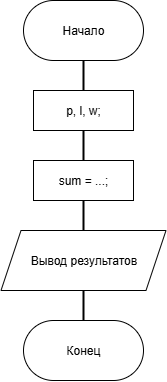
Earlier version of the draw.io export Блок-схема.png (PtarOk/Lab_2_dz). Source tidied: cells renumbered, new cells last; positions are measured from the earlier drawing's top-left corner, leaving out a move shared by most shapes.
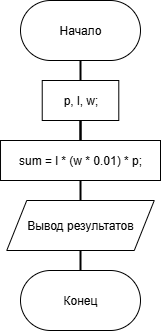
Later version of the same file.

Commit message:
Исправлена блок-схема

Change to the diagram source:
```diff
@@ -2,32 +2,41 @@
   <root>
     <mxCell id="0" />
     <mxCell id="1" parent="0" />
-    <mxCell id="2" style="edgeStyle=orthogonalEdgeStyle;rounded=0;jettySize=auto;html=1;exitX=0.5;exitY=1;exitDx=0;exitDy=0;entryX=0.5;entryY=0;entryDx=0;entryDy=0;endArrow=none;endFill=0;strokeWidth=2;" parent="1" edge="1" source="3" target="7">
+    <mxCell id="2" style="edgeStyle=orthogonalEdgeStyle;rounded=0;jettySize=auto;html=1;exitX=0.5;exitY=1;exitDx=0;exitDy=0;entryX=0.5;entryY=0;entryDx=0;entryDy=0;strokeWidth=2;endArrow=none;endFill=0;" parent="1" edge="1" source="3" target="7">
       <mxGeometry relative="1" as="geometry" />
     </mxCell>
     <mxCell id="3" value="Начало" style="rounded=1;whiteSpace=wrap;html=1;arcSize=50;" parent="1" vertex="1">
-      <mxGeometry x="22" width="120" height="60" as="geometry" />
+      <mxGeometry x="212" y="-130" width="120" height="60" as="geometry" />
     </mxCell>
     <mxCell id="4" value="Конец" style="rounded=1;whiteSpace=wrap;html=1;arcSize=50;" parent="1" vertex="1">
-      <mxGeometry x="22" y="320" width="120" height="60" as="geometry" />
+      <mxGeometry x="212" y="140" width="120" height="60" as="geometry" />
     </mxCell>
+    <mxCell id="11" style="edgeStyle=orthogonalEdgeStyle;rounded=0;jettySize=auto;html=1;exitX=0.5;exitY=1;exitDx=0;exitDy=0;entryX=0.5;entryY=0;entryDx=0;entryDy=0;strokeWidth=2;endArrow=none;endFill=0;" parent="1" edge="1" source="7">
+      <mxGeometry relative="1" as="geometry">
+        <mxPoint x="272" y="10" as="targetPoint" />
+      </mxGeometry>
+    </mxCell>
+    <mxCell id="7" value="p, l, w;" style="rounded=0;whiteSpace=wrap;html=1;" parent="1" vertex="1">
+      <mxGeometry x="233.7" y="-50" width="76.6" height="40" as="geometry" />
+    </mxCell>
+    <mxCell id="10" style="edgeStyle=orthogonalEdgeStyle;rounded=0;jettySize=auto;html=1;exitX=0.5;exitY=1;exitDx=0;exitDy=0;entryX=0.5;entryY=0;entryDx=0;entryDy=0;strokeWidth=2;endArrow=none;endFill=0;" parent="1" edge="1" source="5" target="4">
+      <mxGeometry relative="1" as="geometry" />
+    </mxCell>
     <mxCell id="5" value="Вывод результатов" style="shape=parallelogram;perimeter=parallelogramPerimeter;whiteSpace=wrap;html=1;fixedSize=1;" parent="1" vertex="1">
-      <mxGeometry x="-0.5" y="230" width="165" height="60" as="geometry" />
+      <mxGeometry x="198.2" y="70" width="147.5" height="50" as="geometry" />
     </mxCell>
-    <mxCell id="6" style="edgeStyle=orthogonalEdgeStyle;rounded=0;jettySize=auto;html=1;exitX=0.5;exitY=1;exitDx=0;exitDy=0;entryX=0.5;entryY=0;entryDx=0;entryDy=0;endArrow=none;endFill=0;strokeWidth=2;" parent="1" edge="1" source="7" target="8">
-      <mxGeometry relative="1" as="geometry" />
-    </mxCell>
-    <mxCell id="7" value="p, l, w;" style="rounded=0;whiteSpace=wrap;html=1;" parent="1" vertex="1">
-      <mxGeometry x="32" y="90" width="100" height="40" as="geometry" />
-    </mxCell>
-    <mxCell id="8" value="sum = ...;" style="rounded=0;whiteSpace=wrap;html=1;" parent="1" vertex="1">
-      <mxGeometry x="32" y="160" width="100" height="40" as="geometry" />
-    </mxCell>
-    <mxCell id="9" style="edgeStyle=orthogonalEdgeStyle;rounded=0;jettySize=auto;html=1;exitX=0.5;exitY=1;exitDx=0;exitDy=0;entryX=0.5;entryY=0;entryDx=0;entryDy=0;endArrow=none;endFill=0;strokeWidth=2;" parent="1" edge="1" source="8" target="5">
-      <mxGeometry relative="1" as="geometry" />
-    </mxCell>
-    <mxCell id="10" style="edgeStyle=orthogonalEdgeStyle;rounded=0;jettySize=auto;html=1;exitX=0.5;exitY=1;exitDx=0;exitDy=0;entryX=0.5;entryY=0;entryDx=0;entryDy=0;endArrow=none;endFill=0;strokeWidth=2;" parent="1" edge="1" source="5" target="4">
-      <mxGeometry relative="1" as="geometry" />
-    </mxCell>
+    <mxCell id="12" style="edgeStyle=orthogonalEdgeStyle;rounded=0;jettySize=auto;html=1;exitX=0.5;exitY=1;exitDx=0;exitDy=0;entryX=0.5;entryY=0;entryDx=0;entryDy=0;endArrow=none;endFill=0;strokeWidth=2;" parent="1" edge="1" target="5">
+      <mxGeometry relative="1" as="geometry">
+        <mxPoint x="272" y="50" as="sourcePoint" />
+      </mxGeometry>
+    </mxCell>
+    <mxCell id="13" style="edgeStyle=orthogonalEdgeStyle;rounded=0;jettySize=auto;html=1;exitX=0.5;exitY=1;exitDx=0;exitDy=0;entryX=0.5;entryY=0;entryDx=0;entryDy=0;strokeWidth=2;endArrow=none;endFill=0;" parent="1" edge="1" target="14">
+      <mxGeometry relative="1" as="geometry">
+        <mxPoint x="272" y="-10" as="sourcePoint" />
+      </mxGeometry>
+    </mxCell>
+    <mxCell id="14" value="sum =&amp;nbsp;l * (w * 0.01) * p;" style="rounded=0;whiteSpace=wrap;html=1;" parent="1" vertex="1">
+      <mxGeometry x="192" y="10" width="160" height="40" as="geometry" />
+    </mxCell>
   </root>
 </mxGraphModel>
```
